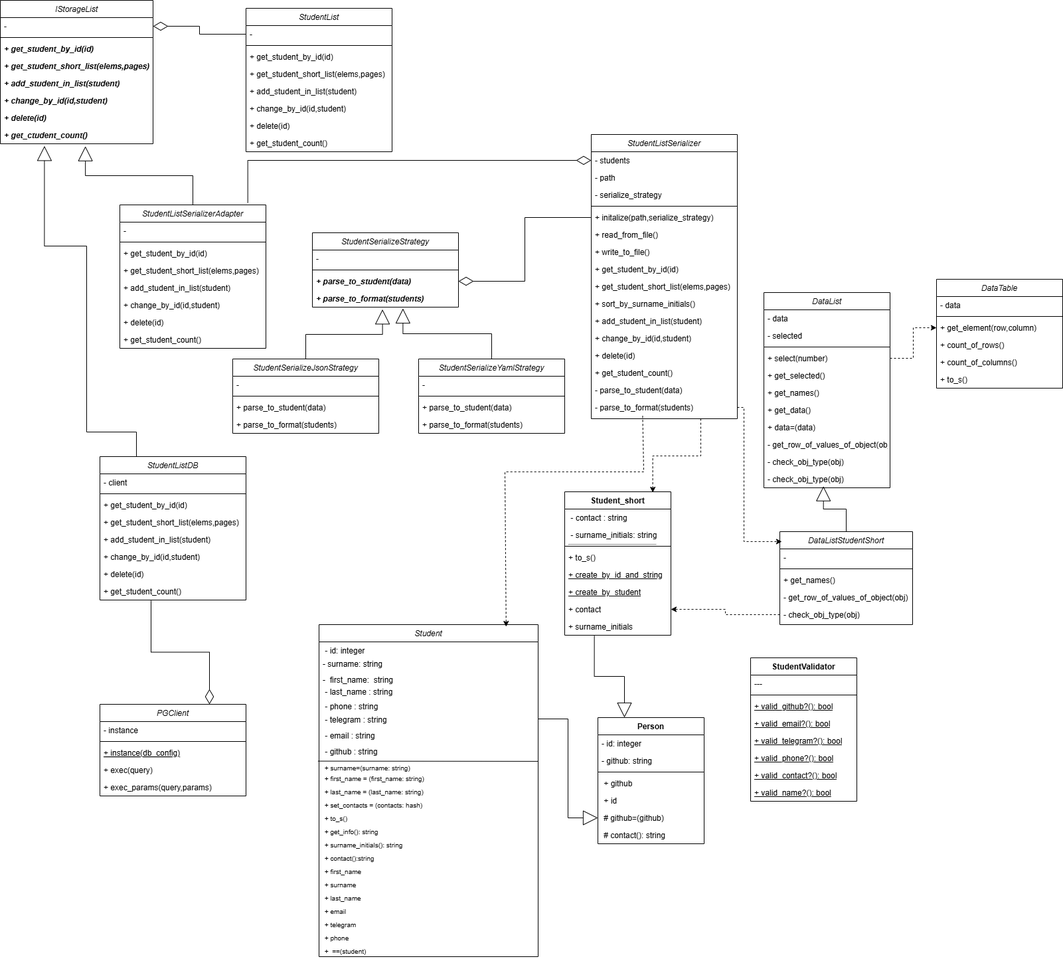
Above: images/all_classes_lab4.png in Heisenbq/Software-design-patterns (draw.io), before the change. Source tidied: cells renumbered, new cells last; positions are measured from the earlier drawing's top-left corner, leaving out a move shared by most shapes.
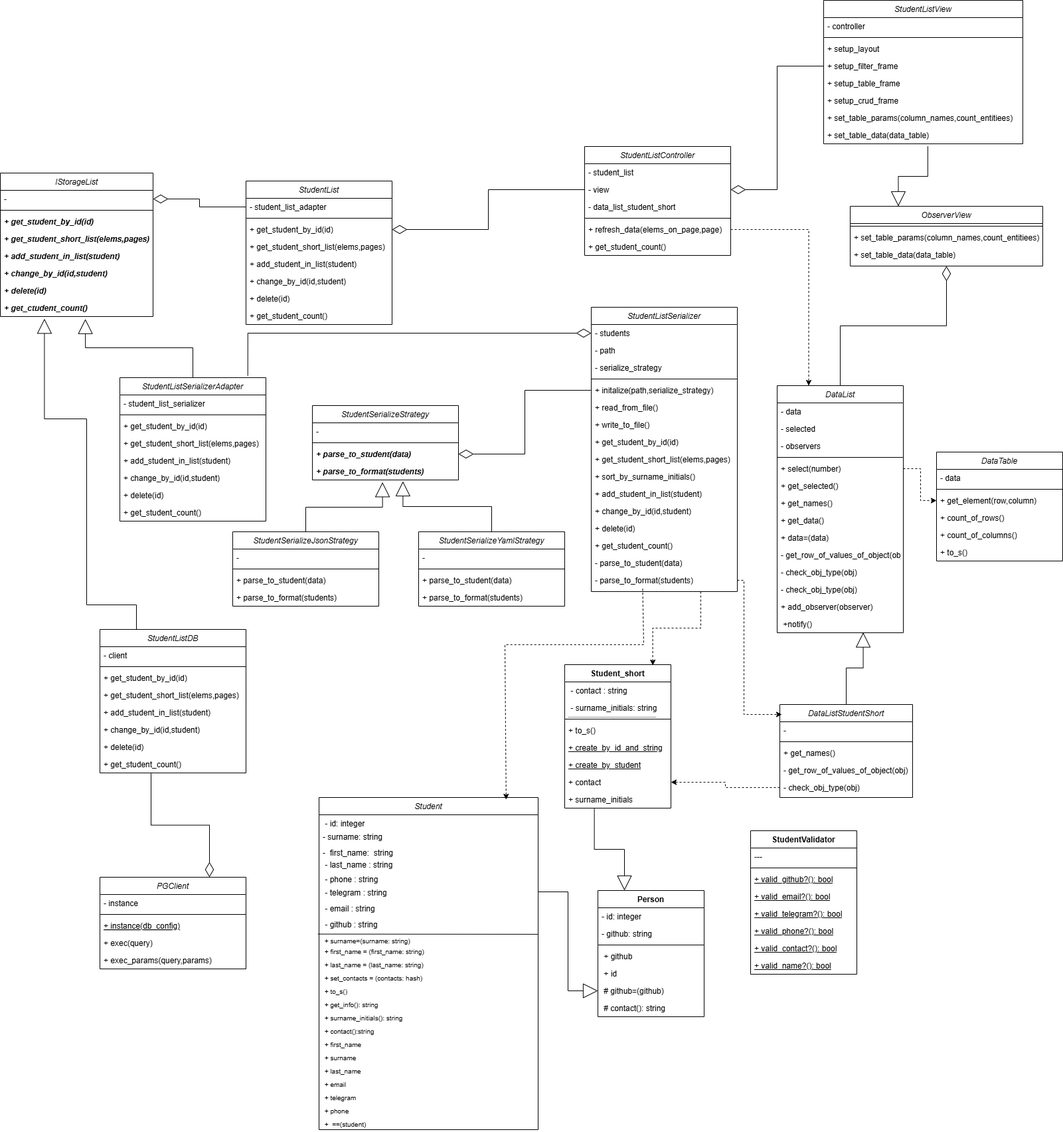
Above is the later version.

Commit message:
5 diagramm clsass

The edit, as a diff of the source:
```diff
@@ -3,7 +3,7 @@
     <mxCell id="0" />
     <mxCell id="1" parent="0" />
     <mxCell id="2" value="DataList" style="swimlane;fontStyle=2;align=center;verticalAlign=top;horizontal=1;startSize=26;rounded=0;shadow=0;strokeWidth=1;" parent="1" vertex="1">
-      <mxGeometry x="1150" y="440" width="190" height="294" as="geometry" />
+      <mxGeometry x="1170" y="320" width="190" height="372" as="geometry" />
     </mxCell>
     <mxCell id="3" value="- data" style="text;align=left;verticalAlign=top;spacingLeft=4;spacingRight=4;overflow=hidden;" parent="2" vertex="1">
       <mxGeometry y="26" width="190" height="26" as="geometry" />
@@ -11,33 +11,42 @@
     <mxCell id="4" value="- selected" style="text;align=left;verticalAlign=top;spacingLeft=4;spacingRight=4;overflow=hidden;rounded=0;shadow=0;html=0;" parent="2" vertex="1">
       <mxGeometry y="52" width="190" height="26" as="geometry" />
     </mxCell>
+    <mxCell id="168" value="- observers" style="text;align=left;verticalAlign=top;spacingLeft=4;spacingRight=4;overflow=hidden;rounded=0;shadow=0;html=0;" parent="2" vertex="1">
+      <mxGeometry y="78" width="190" height="26" as="geometry" />
+    </mxCell>
     <mxCell id="5" style="line;html=1;strokeWidth=1;align=left;verticalAlign=middle;spacingTop=-1;spacingLeft=3;spacingRight=3;labelPosition=right;" parent="2" vertex="1">
-      <mxGeometry y="78" width="190" height="8" as="geometry" />
+      <mxGeometry y="104" width="190" height="8" as="geometry" />
     </mxCell>
     <mxCell id="6" value="+ select(number)" style="text;align=left;verticalAlign=top;spacingLeft=4;spacingRight=4;overflow=hidden;points=[[0,0.5],[1,0.5]];portConstraint=eastwest;" parent="2" vertex="1">
-      <mxGeometry y="86" width="190" height="26" as="geometry" />
+      <mxGeometry y="112" width="190" height="26" as="geometry" />
     </mxCell>
     <mxCell id="7" value="+ get_selected()" style="text;align=left;verticalAlign=top;spacingLeft=4;spacingRight=4;overflow=hidden;" parent="2" vertex="1">
-      <mxGeometry y="112" width="190" height="26" as="geometry" />
+      <mxGeometry y="138" width="190" height="26" as="geometry" />
     </mxCell>
     <mxCell id="8" value="+ get_names()" style="text;align=left;verticalAlign=top;spacingLeft=4;spacingRight=4;overflow=hidden;" parent="2" vertex="1">
-      <mxGeometry y="138" width="190" height="26" as="geometry" />
+      <mxGeometry y="164" width="190" height="26" as="geometry" />
     </mxCell>
     <mxCell id="9" value="+ get_data()" style="text;align=left;verticalAlign=top;spacingLeft=4;spacingRight=4;overflow=hidden;" parent="2" vertex="1">
-      <mxGeometry y="164" width="190" height="26" as="geometry" />
+      <mxGeometry y="190" width="190" height="26" as="geometry" />
     </mxCell>
     <mxCell id="10" value="+ data=(data)" style="text;align=left;verticalAlign=top;spacingLeft=4;spacingRight=4;overflow=hidden;" parent="2" vertex="1">
-      <mxGeometry y="190" width="190" height="26" as="geometry" />
+      <mxGeometry y="216" width="190" height="26" as="geometry" />
     </mxCell>
     <mxCell id="11" value="- get_row_of_values_of_object(obj)" style="text;align=left;verticalAlign=top;spacingLeft=4;spacingRight=4;overflow=hidden;" parent="2" vertex="1">
-      <mxGeometry y="216" width="190" height="26" as="geometry" />
+      <mxGeometry y="242" width="190" height="26" as="geometry" />
     </mxCell>
     <mxCell id="12" value="- check_obj_type(obj)" style="text;align=left;verticalAlign=top;spacingLeft=4;spacingRight=4;overflow=hidden;" parent="2" vertex="1">
-      <mxGeometry y="242" width="190" height="26" as="geometry" />
+      <mxGeometry y="268" width="190" height="26" as="geometry" />
     </mxCell>
     <mxCell id="13" value="- check_obj_type(obj)" style="text;align=left;verticalAlign=top;spacingLeft=4;spacingRight=4;overflow=hidden;points=[[0,0.5],[1,0.5]];portConstraint=eastwest;" parent="2" vertex="1">
-      <mxGeometry y="268" width="190" height="26" as="geometry" />
+      <mxGeometry y="294" width="190" height="26" as="geometry" />
     </mxCell>
+    <mxCell id="169" value="+ add_observer(observer)" style="text;align=left;verticalAlign=top;spacingLeft=4;spacingRight=4;overflow=hidden;" parent="2" vertex="1">
+      <mxGeometry y="320" width="190" height="26" as="geometry" />
+    </mxCell>
+    <mxCell id="170" value=" +notify()" style="text;align=left;verticalAlign=top;spacingLeft=4;spacingRight=4;overflow=hidden;points=[[0,0.5],[1,0.5]];portConstraint=eastwest;" parent="2" vertex="1">
+      <mxGeometry y="346" width="190" height="26" as="geometry" />
+    </mxCell>
     <mxCell id="14" value="DataListStudentShort" style="swimlane;fontStyle=2;align=center;verticalAlign=top;horizontal=1;startSize=26;rounded=0;shadow=0;strokeWidth=1;" parent="1" vertex="1">
       <mxGeometry x="1174" y="800" width="200" height="140" as="geometry" />
     </mxCell>
@@ -375,7 +384,7 @@
     <mxCell id="124" style="endArrow=classic;html=1;rounded=0;dashed=1;entryX=0;entryY=0.5;entryDx=0;entryDy=0;exitX=1;exitY=0.5;exitDx=0;exitDy=0;edgeStyle=elbowEdgeStyle;" parent="1" edge="1" source="6" target="115">
       <mxGeometry relative="1" as="geometry" />
     </mxCell>
-    <mxCell id="125" style="endArrow=none;html=1;rounded=0;startArrow=block;startFill=0;entryX=0.5;entryY=0;entryDx=0;entryDy=0;edgeStyle=elbowEdgeStyle;elbow=vertical;endSize=7;startSize=20;exitX=0.472;exitY=0.91;exitDx=0;exitDy=0;exitPerimeter=0;" parent="1" edge="1" source="13" target="14">
+    <mxCell id="125" style="endArrow=none;html=1;rounded=0;startArrow=block;startFill=0;entryX=0.5;entryY=0;entryDx=0;entryDy=0;edgeStyle=elbowEdgeStyle;elbow=vertical;endSize=7;startSize=20;exitX=0.682;exitY=0.984;exitDx=0;exitDy=0;exitPerimeter=0;" parent="1" edge="1" source="170" target="14">
       <mxGeometry relative="1" as="geometry" />
     </mxCell>
     <mxCell id="126" style="endArrow=none;html=1;rounded=0;startArrow=diamondThin;startFill=0;entryX=0.35;entryY=1.029;entryDx=0;entryDy=0;edgeStyle=orthogonalEdgeStyle;endSize=7;startSize=20;entryPerimeter=0;exitX=0.75;exitY=0;exitDx=0;exitDy=0;" parent="1" edge="1" source="162" target="60">
@@ -432,7 +441,7 @@
     <mxCell id="140" value="StudentListSerializerAdapter" style="swimlane;fontStyle=2;align=center;verticalAlign=top;horizontal=1;startSize=26;rounded=0;shadow=0;strokeWidth=1;" parent="1" vertex="1">
       <mxGeometry x="180" y="308" width="220" height="216" as="geometry" />
     </mxCell>
-    <mxCell id="141" value="-" style="text;align=left;verticalAlign=top;spacingLeft=4;spacingRight=4;overflow=hidden;fontStyle=0;" parent="140" vertex="1">
+    <mxCell id="141" value="- student_list_serializer" style="text;align=left;verticalAlign=top;spacingLeft=4;spacingRight=4;overflow=hidden;fontStyle=0;" parent="140" vertex="1">
       <mxGeometry y="26" width="220" height="26" as="geometry" />
     </mxCell>
     <mxCell id="142" style="line;html=1;strokeWidth=1;align=left;verticalAlign=middle;spacingTop=-1;spacingLeft=3;spacingRight=3;labelPosition=right;" parent="140" vertex="1">
@@ -473,7 +482,7 @@
     <mxCell id="151" value="StudentList" style="swimlane;fontStyle=2;align=center;verticalAlign=top;horizontal=1;startSize=26;rounded=0;shadow=0;strokeWidth=1;" parent="1" vertex="1">
       <mxGeometry x="370" y="12" width="220" height="216" as="geometry" />
     </mxCell>
-    <mxCell id="152" value="-" style="text;align=left;verticalAlign=top;spacingLeft=4;spacingRight=4;overflow=hidden;points=[[0,0.5],[1,0.5]];portConstraint=eastwest;fontStyle=0;" parent="151" vertex="1">
+    <mxCell id="152" value="- student_list_adapter" style="text;align=left;verticalAlign=top;spacingLeft=4;spacingRight=4;overflow=hidden;points=[[0,0.5],[1,0.5]];portConstraint=eastwest;fontStyle=0;" parent="151" vertex="1">
       <mxGeometry y="26" width="220" height="26" as="geometry" />
     </mxCell>
     <mxCell id="153" style="line;html=1;strokeWidth=1;align=left;verticalAlign=middle;spacingTop=-1;spacingLeft=3;spacingRight=3;labelPosition=right;" parent="151" vertex="1">
@@ -521,5 +530,80 @@
     <mxCell id="167" value="+ exec_params(query,params)" style="text;align=left;verticalAlign=top;spacingLeft=4;spacingRight=4;overflow=hidden;" parent="162" vertex="1">
       <mxGeometry y="112" width="220" height="26" as="geometry" />
     </mxCell>
+    <mxCell id="171" value="StudentListController" style="swimlane;fontStyle=2;align=center;verticalAlign=top;horizontal=1;startSize=26;rounded=0;shadow=0;strokeWidth=1;" parent="1" vertex="1">
+      <mxGeometry x="880" y="-40" width="220" height="164" as="geometry" />
+    </mxCell>
+    <mxCell id="172" value="- student_list" style="text;align=left;verticalAlign=top;spacingLeft=4;spacingRight=4;overflow=hidden;fontStyle=0;" parent="171" vertex="1">
+      <mxGeometry y="26" width="220" height="26" as="geometry" />
+    </mxCell>
+    <mxCell id="173" value="- view" style="text;align=left;verticalAlign=top;spacingLeft=4;spacingRight=4;overflow=hidden;points=[[0,0.5],[1,0.5]];portConstraint=eastwest;fontStyle=0;" parent="171" vertex="1">
+      <mxGeometry y="52" width="220" height="26" as="geometry" />
+    </mxCell>
+    <mxCell id="174" value="- data_list_student_short" style="text;align=left;verticalAlign=top;spacingLeft=4;spacingRight=4;overflow=hidden;fontStyle=0;" parent="171" vertex="1">
+      <mxGeometry y="78" width="220" height="26" as="geometry" />
+    </mxCell>
+    <mxCell id="175" style="line;html=1;strokeWidth=1;align=left;verticalAlign=middle;spacingTop=-1;spacingLeft=3;spacingRight=3;labelPosition=right;" parent="171" vertex="1">
+      <mxGeometry y="104" width="220" height="8" as="geometry" />
+    </mxCell>
+    <mxCell id="176" value="+ refresh_data(elems_on_page,page)" style="text;align=left;verticalAlign=top;spacingLeft=4;spacingRight=4;overflow=hidden;points=[[0,0.5],[1,0.5]];portConstraint=eastwest;" parent="171" vertex="1">
+      <mxGeometry y="112" width="220" height="26" as="geometry" />
+    </mxCell>
+    <mxCell id="177" value="+ get_student_count()" style="text;align=left;verticalAlign=top;spacingLeft=4;spacingRight=4;overflow=hidden;" parent="171" vertex="1">
+      <mxGeometry y="138" width="220" height="26" as="geometry" />
+    </mxCell>
+    <mxCell id="178" value="StudentListView" style="swimlane;fontStyle=2;align=center;verticalAlign=top;horizontal=1;startSize=26;rounded=0;shadow=0;strokeWidth=1;" parent="1" vertex="1">
+      <mxGeometry x="1240" y="-260" width="300" height="216" as="geometry" />
+    </mxCell>
+    <mxCell id="179" value="- controller" style="text;align=left;verticalAlign=top;spacingLeft=4;spacingRight=4;overflow=hidden;fontStyle=0;" parent="178" vertex="1">
+      <mxGeometry y="26" width="300" height="26" as="geometry" />
+    </mxCell>
+    <mxCell id="180" style="line;html=1;strokeWidth=1;align=left;verticalAlign=middle;spacingTop=-1;spacingLeft=3;spacingRight=3;labelPosition=right;" parent="178" vertex="1">
+      <mxGeometry y="52" width="300" height="8" as="geometry" />
+    </mxCell>
+    <mxCell id="181" value="+ setup_layout" style="text;align=left;verticalAlign=top;spacingLeft=4;spacingRight=4;overflow=hidden;" parent="178" vertex="1">
+      <mxGeometry y="60" width="300" height="26" as="geometry" />
+    </mxCell>
+    <mxCell id="182" value="+ setup_filter_frame" style="text;align=left;verticalAlign=top;spacingLeft=4;spacingRight=4;overflow=hidden;points=[[0,0.5],[1,0.5]];portConstraint=eastwest;" parent="178" vertex="1">
+      <mxGeometry y="86" width="300" height="26" as="geometry" />
+    </mxCell>
+    <mxCell id="183" value="+ setup_table_frame" style="text;align=left;verticalAlign=top;spacingLeft=4;spacingRight=4;overflow=hidden;" parent="178" vertex="1">
+      <mxGeometry y="112" width="300" height="26" as="geometry" />
+    </mxCell>
+    <mxCell id="184" value="+ setup_crud_frame" style="text;align=left;verticalAlign=top;spacingLeft=4;spacingRight=4;overflow=hidden;" parent="178" vertex="1">
+      <mxGeometry y="138" width="300" height="26" as="geometry" />
+    </mxCell>
+    <mxCell id="185" value="+ set_table_params(column_names,count_entitiees)" style="text;align=left;verticalAlign=top;spacingLeft=4;spacingRight=4;overflow=hidden;" parent="178" vertex="1">
+      <mxGeometry y="164" width="300" height="26" as="geometry" />
+    </mxCell>
+    <mxCell id="186" value="+ set_table_data(data_table)" style="text;align=left;verticalAlign=top;spacingLeft=4;spacingRight=4;overflow=hidden;points=[[0,0.5],[1,0.5]];portConstraint=eastwest;" parent="178" vertex="1">
+      <mxGeometry y="190" width="300" height="26" as="geometry" />
+    </mxCell>
+    <mxCell id="187" style="endArrow=none;html=1;rounded=0;startArrow=diamondThin;startFill=0;entryX=0;entryY=0.5;entryDx=0;entryDy=0;edgeStyle=orthogonalEdgeStyle;endSize=7;startSize=20;elbow=vertical;" parent="1" edge="1" source="173" target="182">
+      <mxGeometry relative="1" as="geometry" />
+    </mxCell>
+    <mxCell id="188" value="ObserverView" style="swimlane;fontStyle=2;align=center;verticalAlign=top;horizontal=1;startSize=26;rounded=0;shadow=0;strokeWidth=1;" parent="1" vertex="1">
+      <mxGeometry x="1280" y="50" width="290" height="90" as="geometry" />
+    </mxCell>
+    <mxCell id="189" style="line;html=1;strokeWidth=1;align=left;verticalAlign=middle;spacingTop=-1;spacingLeft=3;spacingRight=3;labelPosition=right;" parent="188" vertex="1">
+      <mxGeometry y="26" width="290" height="8" as="geometry" />
+    </mxCell>
+    <mxCell id="190" value="+ set_table_params(column_names,count_entitiees)" style="text;align=left;verticalAlign=top;spacingLeft=4;spacingRight=4;overflow=hidden;" parent="188" vertex="1">
+      <mxGeometry y="34" width="290" height="26" as="geometry" />
+    </mxCell>
+    <mxCell id="191" value="+ set_table_data(data_table)" style="text;align=left;verticalAlign=top;spacingLeft=4;spacingRight=4;overflow=hidden;" parent="188" vertex="1">
+      <mxGeometry y="60" width="290" height="26" as="geometry" />
+    </mxCell>
+    <mxCell id="192" style="endArrow=none;html=1;rounded=0;startArrow=block;startFill=0;entryX=0.523;entryY=1.144;entryDx=0;entryDy=0;edgeStyle=elbowEdgeStyle;elbow=vertical;exitX=0.25;exitY=0;exitDx=0;exitDy=0;endSize=7;startSize=20;entryPerimeter=0;" parent="1" edge="1" source="188" target="186">
+      <mxGeometry relative="1" as="geometry" />
+    </mxCell>
+    <mxCell id="193" style="endArrow=none;html=1;rounded=0;startArrow=diamondThin;startFill=0;entryX=0.5;entryY=0;entryDx=0;entryDy=0;edgeStyle=orthogonalEdgeStyle;endSize=7;startSize=20;elbow=vertical;exitX=0.5;exitY=1;exitDx=0;exitDy=0;" parent="1" edge="1" source="188" target="2">
+      <mxGeometry relative="1" as="geometry" />
+    </mxCell>
+    <mxCell id="194" style="endArrow=none;html=1;rounded=0;startArrow=diamondThin;startFill=0;entryX=0;entryY=0.5;entryDx=0;entryDy=0;edgeStyle=orthogonalEdgeStyle;endSize=7;startSize=20;elbow=vertical;exitX=1;exitY=0.5;exitDx=0;exitDy=0;" parent="1" edge="1" source="154" target="173">
+      <mxGeometry relative="1" as="geometry" />
+    </mxCell>
+    <mxCell id="195" style="endArrow=classic;html=1;rounded=0;dashed=1;entryX=0.25;entryY=0;entryDx=0;entryDy=0;edgeStyle=orthogonalEdgeStyle;elbow=vertical;exitX=1;exitY=0.5;exitDx=0;exitDy=0;" parent="1" edge="1" source="176" target="2">
+      <mxGeometry relative="1" as="geometry" />
+    </mxCell>
   </root>
 </mxGraphModel>
```
